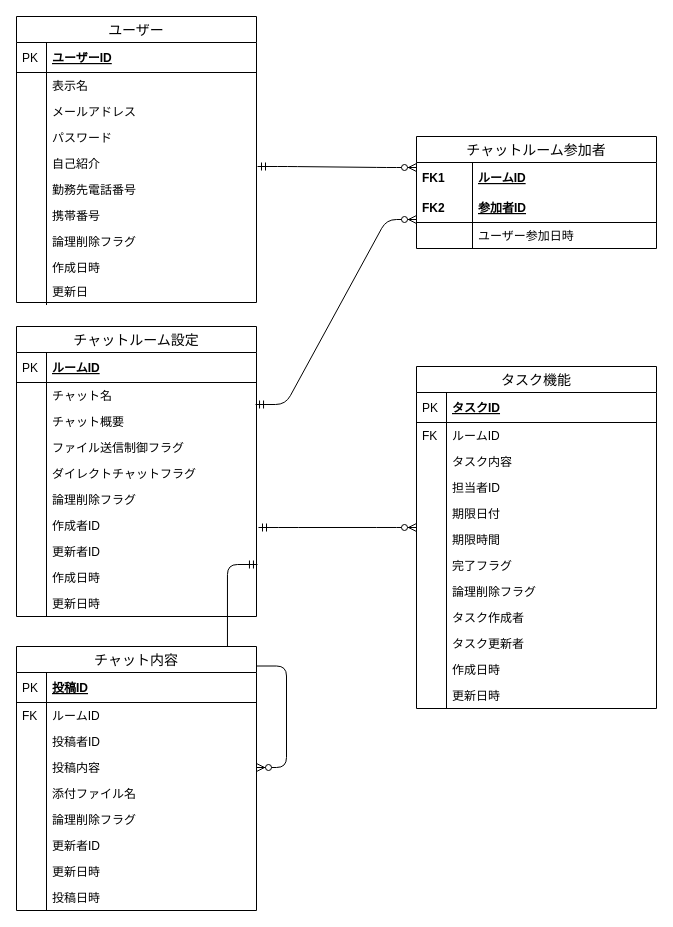
This is db/db-challenge1/chatwork.drawio from Ryu-y-10/quelcode-db, a draw.io file, before an edit. Source tidied: cells renumbered, new cells numbered last; positions are measured from the earlier drawing's top-left corner, leaving out a move shared by most shapes. Both pictures are drawn from the tidied source at 100%, with x=0, y=0 at pixel (16, 16).
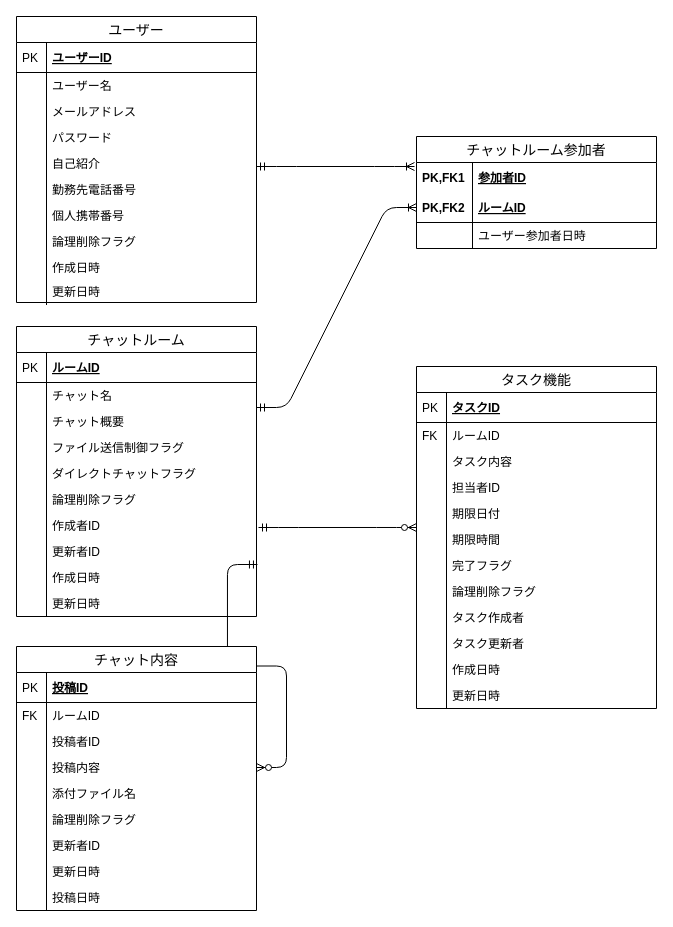
Above is the later version.

Commit message:
fix: 属性名を変更

The change refers to these unchanged cells:
```xml
<mxCell id="5" value="ユーザー" style="swimlane;fontStyle=0;horizontal=1;startSize=26;align=center;fontSize=14;" parent="1" vertex="1">
  <mxGeometry width="240" height="286" as="geometry" />
</mxCell>
<mxCell id="29" value="チャット名" style="shape=partialRectangle;top=0;left=0;right=0;bottom=0;align=left;verticalAlign=top;fillColor=none;spacingLeft=34;spacingRight=4;overflow=hidden;points=[[0,0.5],[1,0.5]];portConstraint=eastwest;fontSize=12;" parent="26" vertex="1">
  <mxGeometry y="56" width="240" height="26" as="geometry" />
</mxCell>
<mxCell id="92" value="チャットルーム参加者" style="swimlane;fontStyle=0;horizontal=1;startSize=26;align=center;fontSize=14;" parent="1" vertex="1">
  <mxGeometry x="400" y="120" width="240" height="112" as="geometry" />
</mxCell>
```

Diff of the diagram source:
```diff
@@
-    <mxCell id="2" style="edgeStyle=entityRelationEdgeStyle;fontSize=12;html=1;endArrow=ERzeroToMany;startArrow=ERmandOne;entryX=0;entryY=0.167;entryDx=0;entryDy=0;entryPerimeter=0;" parent="1" edge="1" target="93">
-      <mxGeometry relative="1" as="geometry">
-        <mxPoint x="241" y="150" as="sourcePoint" />
-      </mxGeometry>
-    </mxCell>
-    <mxCell id="3" style="edgeStyle=entityRelationEdgeStyle;fontSize=12;html=1;endArrow=ERzeroToMany;startArrow=ERmandOne;exitX=0.996;exitY=0.846;exitDx=0;exitDy=0;entryX=0;entryY=0.9;entryDx=0;entryDy=0;entryPerimeter=0;exitPerimeter=0;" parent="1" edge="1" source="29" target="95">
-      <mxGeometry relative="1" as="geometry" />
-    </mxCell>
@@
-    <mxCell id="8" value="表示名" style="shape=partialRectangle;top=0;left=0;right=0;bottom=0;align=left;verticalAlign=top;fillColor=none;spacingLeft=34;spacingRight=4;overflow=hidden;fontSize=12;" parent="5" vertex="1">
+    <mxCell id="8" value="ユーザー名" style="shape=partialRectangle;top=0;left=0;right=0;bottom=0;align=left;verticalAlign=top;fillColor=none;spacingLeft=34;spacingRight=4;overflow=hidden;fontSize=12;" parent="5" vertex="1">
       <mxGeometry y="56" width="240" height="26" as="geometry" />
     </mxCell>
@@
-    <mxCell id="18" value="携帯番号&#10;" style="shape=partialRectangle;top=0;left=0;right=0;bottom=0;align=left;verticalAlign=top;fillColor=none;spacingLeft=34;spacingRight=4;overflow=hidden;fontSize=12;" parent="5" vertex="1">
+    <mxCell id="18" value="個人携帯番号&#10;" style="shape=partialRectangle;top=0;left=0;right=0;bottom=0;align=left;verticalAlign=top;fillColor=none;spacingLeft=34;spacingRight=4;overflow=hidden;fontSize=12;" parent="5" vertex="1">
       <mxGeometry y="186" width="240" height="26" as="geometry" />
     </mxCell>
@@
-    <mxCell id="24" value="更新日&#10;" style="shape=partialRectangle;top=0;left=0;right=0;bottom=0;align=left;verticalAlign=top;fillColor=none;spacingLeft=34;spacingRight=4;overflow=hidden;fontSize=12;" parent="5" vertex="1">
+    <mxCell id="24" value="更新日時&#10;" style="shape=partialRectangle;top=0;left=0;right=0;bottom=0;align=left;verticalAlign=top;fillColor=none;spacingLeft=34;spacingRight=4;overflow=hidden;fontSize=12;" parent="5" vertex="1">
       <mxGeometry y="262" width="240" height="24" as="geometry" />
     </mxCell>
@@
-    <mxCell id="26" value="チャットルーム設定" style="swimlane;fontStyle=0;horizontal=1;startSize=26;align=center;fontSize=14;" parent="1" vertex="1">
+    <mxCell id="26" value="チャットルーム" style="swimlane;fontStyle=0;horizontal=1;startSize=26;align=center;fontSize=14;" parent="1" vertex="1">
       <mxGeometry y="310" width="240" height="290" as="geometry" />
     </mxCell>
@@
+    <mxCell id="95" value="参加者ID" style="shape=partialRectangle;top=0;left=0;right=0;bottom=0;align=left;verticalAlign=middle;fillColor=none;spacingLeft=60;spacingRight=4;overflow=hidden;points=[[0,0.5],[1,0.5]];portConstraint=eastwest;fontStyle=5;fontSize=12;" parent="92" vertex="1">
+      <mxGeometry y="26" width="240" height="30" as="geometry" />
+    </mxCell>
+    <mxCell id="99" value="PK,FK1" style="shape=partialRectangle;fontStyle=1;top=0;left=0;bottom=0;fillColor=none;align=left;verticalAlign=middle;spacingLeft=4;spacingRight=4;overflow=hidden;fontSize=12;" parent="95" vertex="1">
+      <mxGeometry width="56" height="30" as="geometry" />
+    </mxCell>
-    <mxCell id="93" value="ルームID" style="shape=partialRectangle;top=0;left=0;right=0;bottom=0;align=left;verticalAlign=middle;fillColor=none;spacingLeft=60;spacingRight=4;overflow=hidden;points=[[0,0.5],[1,0.5]];portConstraint=eastwest;fontStyle=5;fontSize=12;" parent="92" vertex="1">
-      <mxGeometry y="26" width="240" height="30" as="geometry" />
+    <mxCell id="93" value="ルームID" style="shape=partialRectangle;top=0;left=0;right=0;bottom=1;align=left;verticalAlign=middle;fillColor=none;spacingLeft=60;spacingRight=4;overflow=hidden;points=[[0,0.5],[1,0.5]];portConstraint=eastwest;fontStyle=5;fontSize=12;" parent="92" vertex="1">
+      <mxGeometry y="56" width="240" height="30" as="geometry" />
     </mxCell>
-    <mxCell id="94" value="FK1" style="shape=partialRectangle;fontStyle=1;top=0;left=0;bottom=0;fillColor=none;align=left;verticalAlign=middle;spacingLeft=4;spacingRight=4;overflow=hidden;fontSize=12;" parent="93" vertex="1">
-      <mxGeometry width="56" height="30" as="geometry" />
-    </mxCell>
-    <mxCell id="95" value="参加者ID" style="shape=partialRectangle;top=0;left=0;right=0;bottom=1;align=left;verticalAlign=middle;fillColor=none;spacingLeft=60;spacingRight=4;overflow=hidden;points=[[0,0.5],[1,0.5]];portConstraint=eastwest;fontStyle=5;fontSize=12;" parent="92" vertex="1">
-      <mxGeometry y="56" width="240" height="30" as="geometry" />
-    </mxCell>
-    <mxCell id="96" value="FK2" style="shape=partialRectangle;fontStyle=1;top=0;left=0;bottom=0;fillColor=none;align=left;verticalAlign=middle;spacingLeft=4;spacingRight=4;overflow=hidden;fontSize=12;" parent="95" vertex="1">
-      <mxGeometry width="56" height="30" as="geometry" />
-    </mxCell>
-    <mxCell id="97" value="ユーザー参加日時" style="shape=partialRectangle;top=0;left=0;right=0;bottom=0;align=left;verticalAlign=top;fillColor=none;spacingLeft=60;spacingRight=4;overflow=hidden;fontSize=12;" parent="92" vertex="1">
-      <mxGeometry y="86" width="240" height="26" as="geometry" />
-    </mxCell>
+    <mxCell id="100" value="PK,FK2" style="shape=partialRectangle;fontStyle=1;top=0;left=0;bottom=0;fillColor=none;align=left;verticalAlign=middle;spacingLeft=4;spacingRight=4;overflow=hidden;fontSize=12;" parent="93" vertex="1">
+      <mxGeometry width="56" height="30" as="geometry" />
+    </mxCell>
+    <mxCell id="101" value="ユーザー参加者日時" style="shape=partialRectangle;top=0;left=0;right=0;bottom=0;align=left;verticalAlign=top;fillColor=none;spacingLeft=60;spacingRight=4;overflow=hidden;fontSize=12;" parent="92" vertex="1">
+      <mxGeometry y="86" width="240" height="26" as="geometry" />
+    </mxCell>
-    <mxCell id="98" style="shape=partialRectangle;top=0;left=0;bottom=0;fillColor=none;align=left;verticalAlign=top;spacingLeft=4;spacingRight=4;overflow=hidden;fontSize=12;" parent="97" vertex="1">
+    <mxCell id="98" style="shape=partialRectangle;top=0;left=0;bottom=0;fillColor=none;align=left;verticalAlign=top;spacingLeft=4;spacingRight=4;overflow=hidden;fontSize=12;" parent="101" vertex="1">
       <mxGeometry width="56" height="26" as="geometry" />
     </mxCell>
+    <mxCell id="102" style="edgeStyle=entityRelationEdgeStyle;fontSize=12;html=1;endArrow=ERoneToMany;startArrow=ERmandOne;" parent="1" edge="1">
+      <mxGeometry relative="1" as="geometry">
+        <mxPoint x="240" y="150" as="sourcePoint" />
+        <mxPoint x="398" y="150" as="targetPoint" />
+      </mxGeometry>
+    </mxCell>
+    <mxCell id="103" style="edgeStyle=entityRelationEdgeStyle;fontSize=12;html=1;endArrow=ERoneToMany;startArrow=ERmandOne;entryX=0;entryY=0.5;entryDx=0;entryDy=0;" parent="1" edge="1" target="93">
+      <mxGeometry relative="1" as="geometry">
+        <mxPoint x="240" y="391" as="sourcePoint" />
+      </mxGeometry>
+    </mxCell>
```
